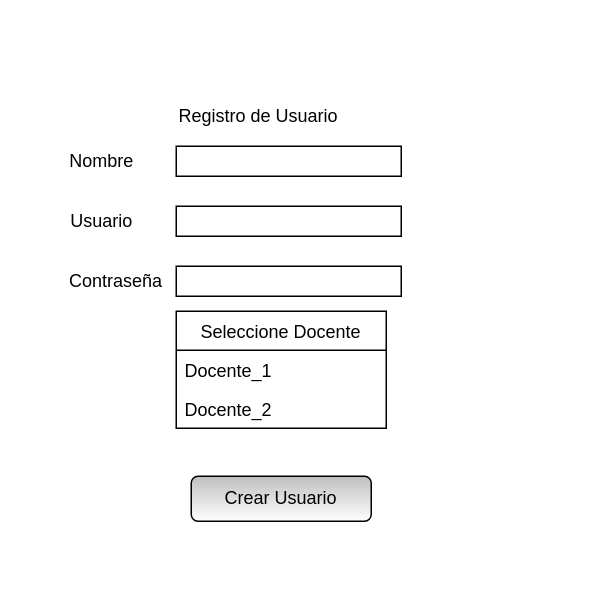
Before: page "10-Registro Alumno" (10 of 15) of Formularios.drawio in fdearmas96/ObligatorioP1, a draw.io diagram. Source tidied: cells renumbered, new cells numbered last; positions are measured from the earlier drawing's top-left corner, leaving out a move shared by most shapes. Both pictures are drawn from the tidied source at 150%, with x=0, y=0 at pixel (56, 100).
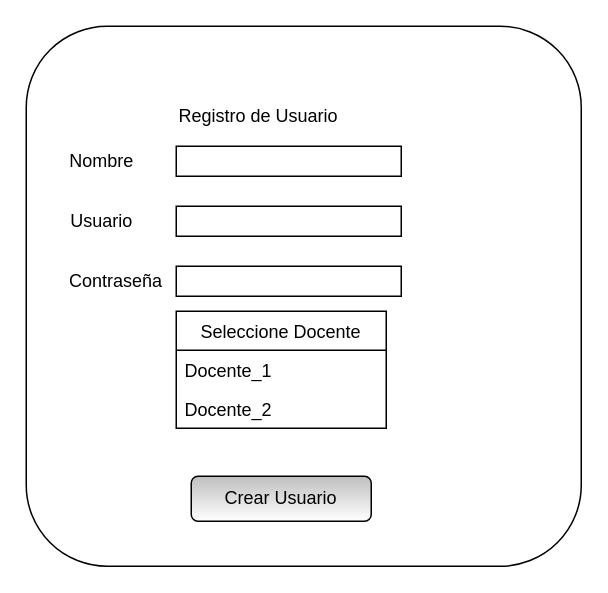
The same diagram, later.

What changed in the source:
```diff
@@
 <mxGraphModel>
   <root>
     <mxCell id="0" />
     <mxCell id="1" parent="0" />
+    <mxCell id="13" style="rounded=1;whiteSpace=wrap;html=1;" parent="1" vertex="1">
+      <mxGeometry x="-20" y="-50" width="370" height="360" as="geometry" />
+    </mxCell>
     <mxCell id="2" style="verticalLabelPosition=bottom;verticalAlign=top;html=1;shape=mxgraph.basic.rect;fillColor2=none;strokeWidth=1;size=20;indent=5;" parent="1" vertex="1">
       <mxGeometry x="80" y="30" width="150" height="20" as="geometry" />
     </mxCell>
     <mxCell id="3" value="Nombre" style="text;html=1;align=center;verticalAlign=middle;strokeColor=none;" parent="1" vertex="1">
       <mxGeometry y="30" width="60" height="20" as="geometry" />
     </mxCell>
     <mxCell id="4" style="verticalLabelPosition=bottom;verticalAlign=top;html=1;shape=mxgraph.basic.rect;fillColor2=none;strokeWidth=1;size=20;indent=5;" parent="1" vertex="1">
       <mxGeometry x="80" y="70" width="150" height="20" as="geometry" />
     </mxCell>
     <mxCell id="5" value="Usuario" style="text;html=1;align=center;verticalAlign=middle;strokeColor=none;" parent="1" vertex="1">
       <mxGeometry y="70" width="60" height="20" as="geometry" />
     </mxCell>
     <mxCell id="6" style="verticalLabelPosition=bottom;verticalAlign=top;html=1;shape=mxgraph.basic.rect;fillColor2=none;strokeWidth=1;size=20;indent=5;" parent="1" vertex="1">
       <mxGeometry x="80" y="110" width="150" height="20" as="geometry" />
     </mxCell>
     <mxCell id="7" value="Contraseña" style="text;html=1;strokeColor=none;fillColor=none;align=center;verticalAlign=middle;whiteSpace=wrap;rounded=0;" parent="1" vertex="1">
       <mxGeometry x="20" y="110" width="40" height="20" as="geometry" />
     </mxCell>
     <mxCell id="8" value="Crear Usuario" style="rounded=1;whiteSpace=wrap;html=1;gradientColor=#ffffff;fillColor=#BFBFBF;" parent="1" vertex="1">
       <mxGeometry x="90" y="250" width="120" height="30" as="geometry" />
     </mxCell>
     <mxCell id="9" value="Seleccione Docente" style="swimlane;fontStyle=0;horizontal=1;startSize=26;" parent="1" vertex="1">
       <mxGeometry x="80" y="140" width="140" height="78" as="geometry" />
     </mxCell>
     <mxCell id="10" value="Docente_1" style="text;strokeColor=none;fillColor=none;align=left;verticalAlign=top;spacingLeft=4;spacingRight=4;overflow=hidden;" parent="9" vertex="1">
       <mxGeometry y="26" width="140" height="26" as="geometry" />
     </mxCell>
     <mxCell id="11" value="Docente_2" style="text;strokeColor=none;fillColor=none;align=left;verticalAlign=top;spacingLeft=4;spacingRight=4;overflow=hidden;" parent="9" vertex="1">
       <mxGeometry y="52" width="140" height="26" as="geometry" />
     </mxCell>
     <mxCell id="12" value="Registro de Usuario" style="text;html=1;strokeColor=none;fillColor=none;align=center;verticalAlign=middle;whiteSpace=wrap;rounded=0;" parent="1" vertex="1">
       <mxGeometry x="55" width="160" height="20" as="geometry" />
     </mxCell>
   </root>
 </mxGraphModel>
```
